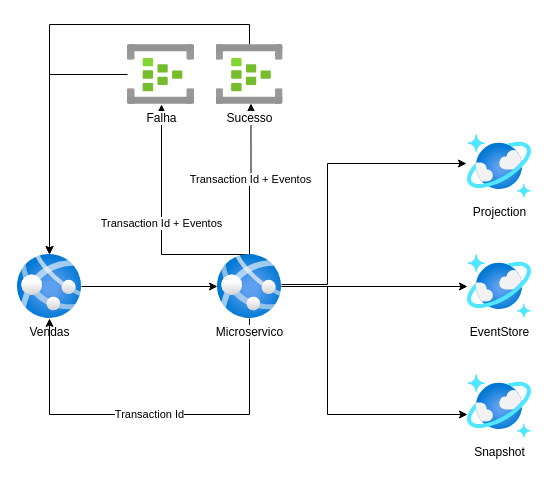
The draw.io diagram arquitetura/Untitled Diagram.drawio in optsoldev/optsol-eventdriven-components, before the edit. Source tidied: cells renumbered, new cells numbered last; positions are measured from the earlier drawing's top-left corner, leaving out a move shared by most shapes. Both pictures are drawn from the tidied source at 100%, with x=0, y=0 at pixel (17, 24).
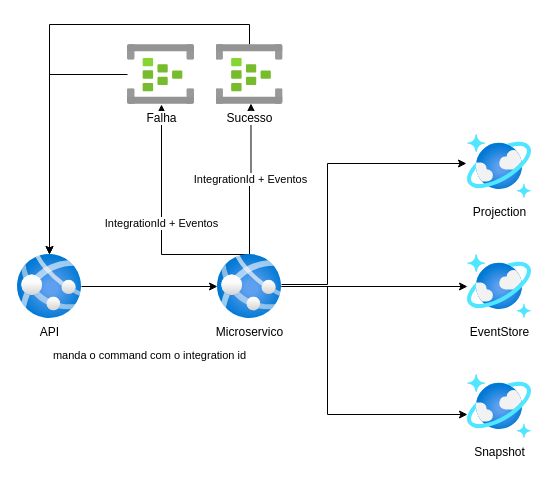
The same diagram, later.

The change refers to these unchanged cells:
```xml
<mxCell id="2" style="edgeStyle=orthogonalEdgeStyle;rounded=0;jettySize=auto;html=1;" parent="1" edge="1" source="3" target="10">
  <mxGeometry relative="1" as="geometry" />
</mxCell>
<mxCell id="10" value="Microservico" style="html=1;points=[];align=center;image;fontSize=12;image=img/lib/azure2/containers/App_Services.svg;" parent="1" vertex="1">
  <mxGeometry x="200" y="230" width="64" height="64" as="geometry" />
</mxCell>
<mxCell id="15" value="Sucesso" style="html=1;points=[];align=center;image;fontSize=12;image=img/lib/azure2/analytics/Event_Hubs.svg;" parent="1" vertex="1">
  <mxGeometry x="198.5" y="20" width="67" height="60" as="geometry" />
</mxCell>
<mxCell id="17" value="Falha" style="html=1;points=[];align=center;image;fontSize=12;image=img/lib/azure2/analytics/Event_Hubs.svg;" parent="1" vertex="1">
  <mxGeometry x="110" y="20" width="67" height="60" as="geometry" />
</mxCell>
```

The edit, as a diff of the source:
```diff
@@
+    <mxCell id="18" value="manda o command com o integration id" style="edgeLabel;html=1;align=center;verticalAlign=middle;" parent="2" vertex="1">
+      <mxGeometry x="-0.01" y="3" relative="1" as="geometry">
+        <mxPoint y="71" as="offset" />
+      </mxGeometry>
+    </mxCell>
-    <mxCell id="3" value="Vendas" style="html=1;points=[];align=center;image;fontSize=12;image=img/lib/azure2/containers/App_Services.svg;" parent="1" vertex="1">
+    <mxCell id="3" value="API" style="html=1;points=[];align=center;image;fontSize=12;image=img/lib/azure2/containers/App_Services.svg;" parent="1" vertex="1">
       <mxGeometry y="230" width="64" height="64" as="geometry" />
     </mxCell>
@@
-    <mxCell id="7" value="Transaction Id + Eventos" style="edgeStyle=orthogonalEdgeStyle;rounded=0;jettySize=auto;html=1;entryX=0.522;entryY=0.983;entryDx=0;entryDy=0;entryPerimeter=0;" parent="1" edge="1" source="10" target="15">
+    <mxCell id="7" value="IntegrationId + Eventos" style="edgeStyle=orthogonalEdgeStyle;rounded=0;jettySize=auto;html=1;entryX=0.522;entryY=0.983;entryDx=0;entryDy=0;entryPerimeter=0;" parent="1" edge="1" source="10" target="15">
       <mxGeometry relative="1" as="geometry" />
     </mxCell>
-    <mxCell id="8" value="Transaction Id" style="edgeStyle=orthogonalEdgeStyle;rounded=0;jettySize=auto;html=1;" parent="1" edge="1" source="10" target="3">
-      <mxGeometry relative="1" as="geometry">
-        <Array as="points">
-          <mxPoint x="232" y="390" />
-          <mxPoint x="32" y="390" />
-        </Array>
-      </mxGeometry>
-    </mxCell>
-    <mxCell id="9" value="Transaction Id + Eventos" style="edgeStyle=orthogonalEdgeStyle;rounded=0;jettySize=auto;html=1;exitX=0.484;exitY=0;exitDx=0;exitDy=0;exitPerimeter=0;" parent="1" edge="1" source="10" target="17">
+    <mxCell id="9" value="IntegrationId + Eventos" style="edgeStyle=orthogonalEdgeStyle;rounded=0;jettySize=auto;html=1;exitX=0.484;exitY=0;exitDx=0;exitDy=0;exitPerimeter=0;" parent="1" edge="1" source="10" target="17">
       <mxGeometry relative="1" as="geometry">
         <Array as="points">
           <mxPoint x="144" y="230" />
         </Array>
       </mxGeometry>
     </mxCell>
```
